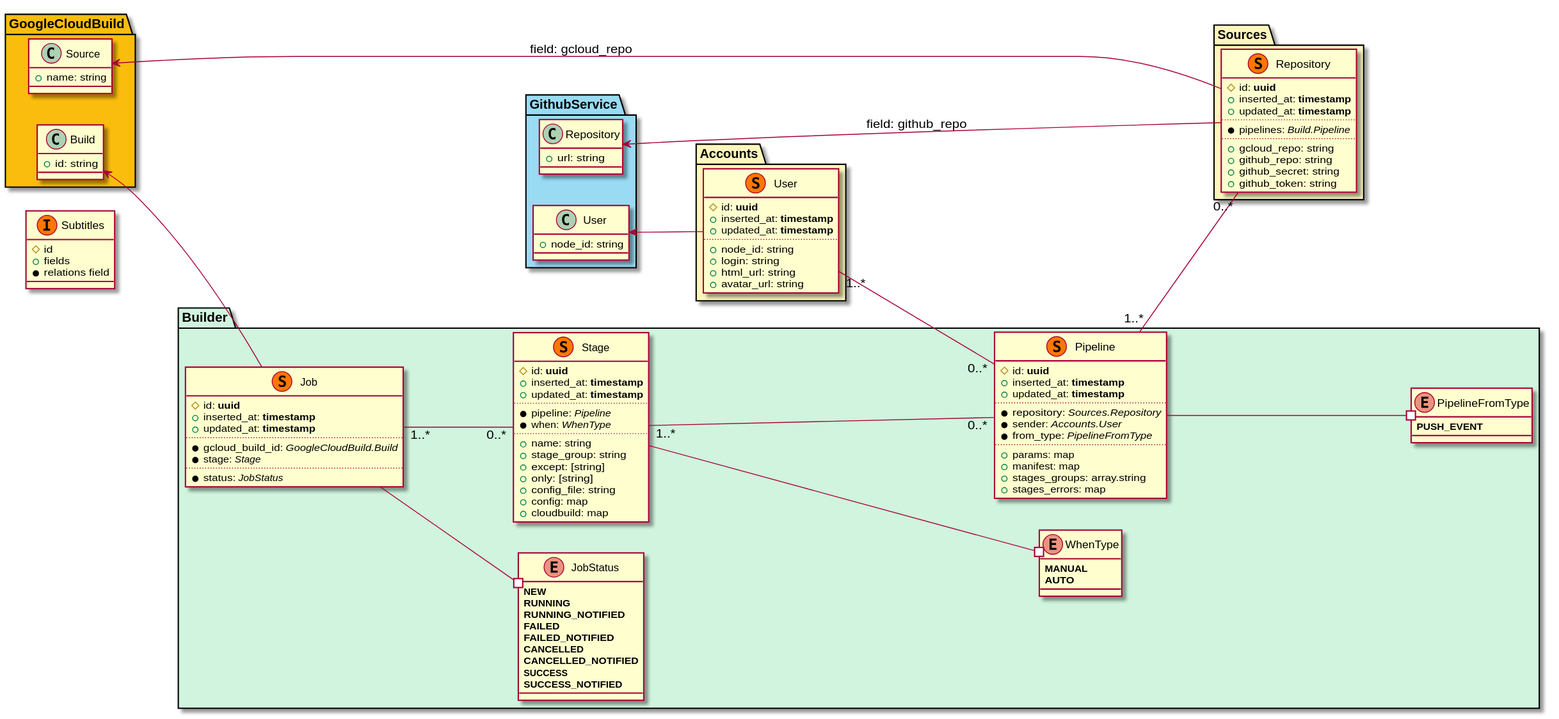
Above: docs/schemas.svg in parafuzo/ohno (PlantUML), before the change.
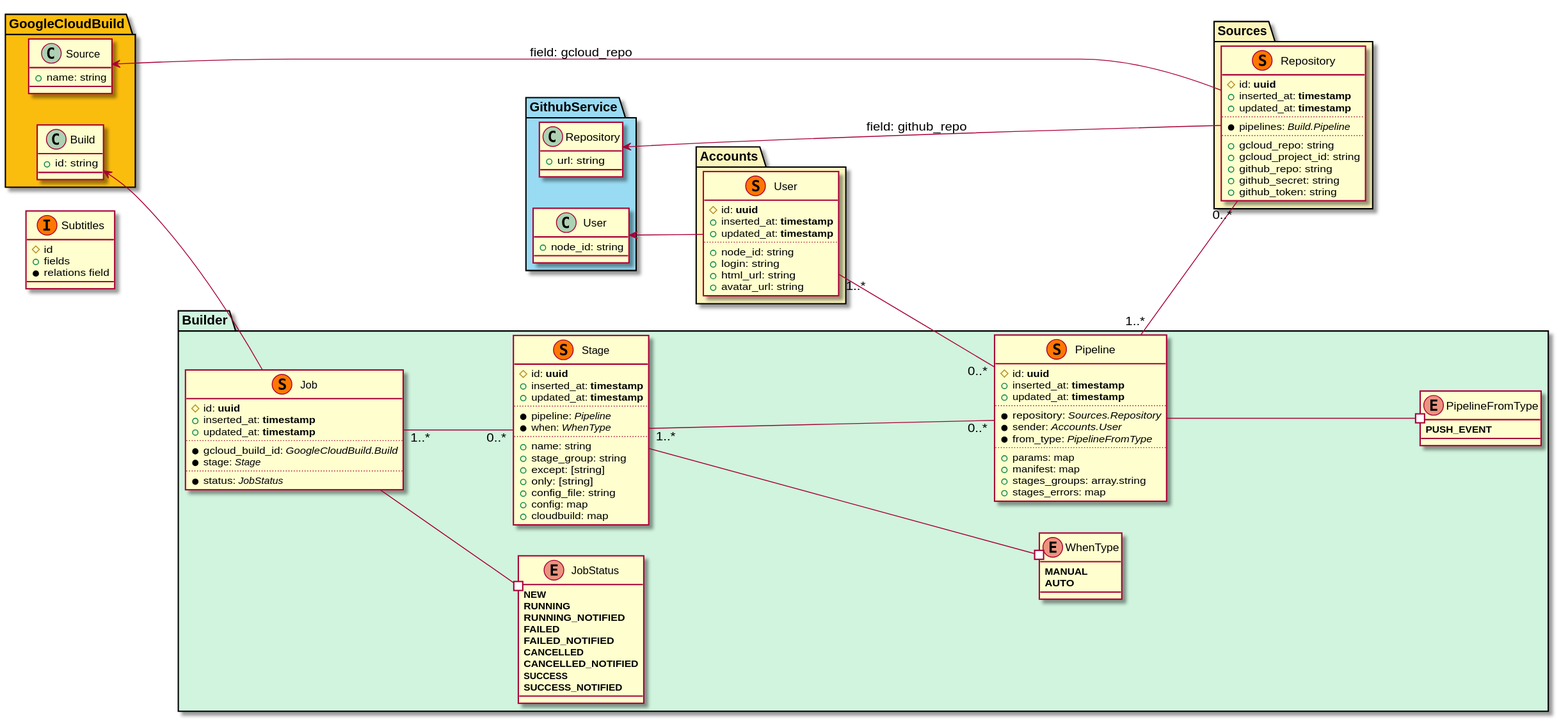
The same diagram one commit later.

Diff of the diagram source:
```diff
@@ -31,6 +31,7 @@
     *pipelines: <i>Build.Pipeline</i>
     ..
     +gcloud_repo: string
+    +gcloud_project_id: string
     +github_repo: string
     +github_secret: string
     +github_token: string
```
